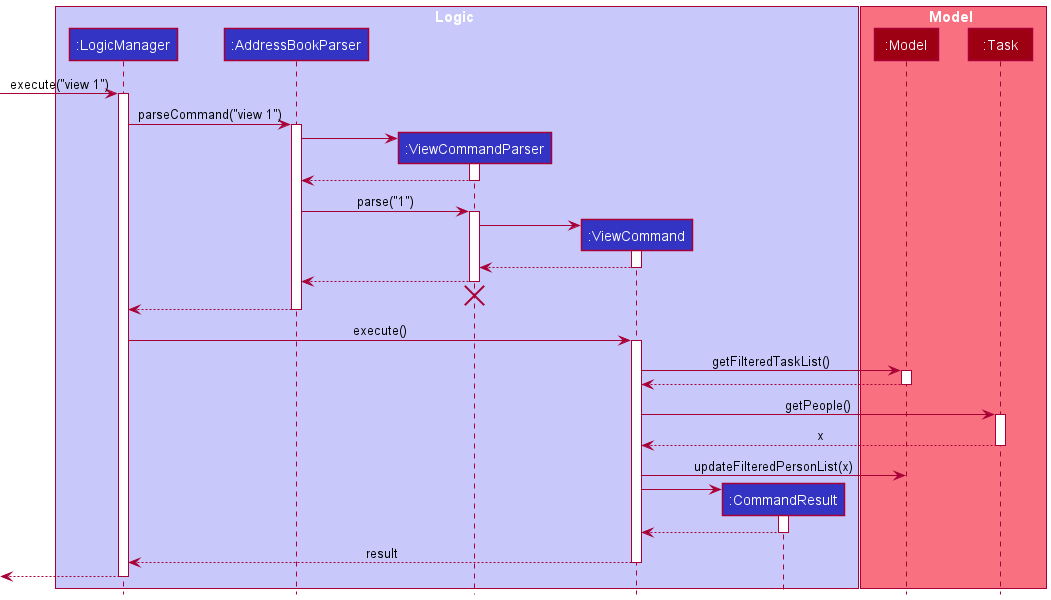
The PlantUML diagram docs/images/ViewSequenceDiagram.png in snss231/tp, before a commit.
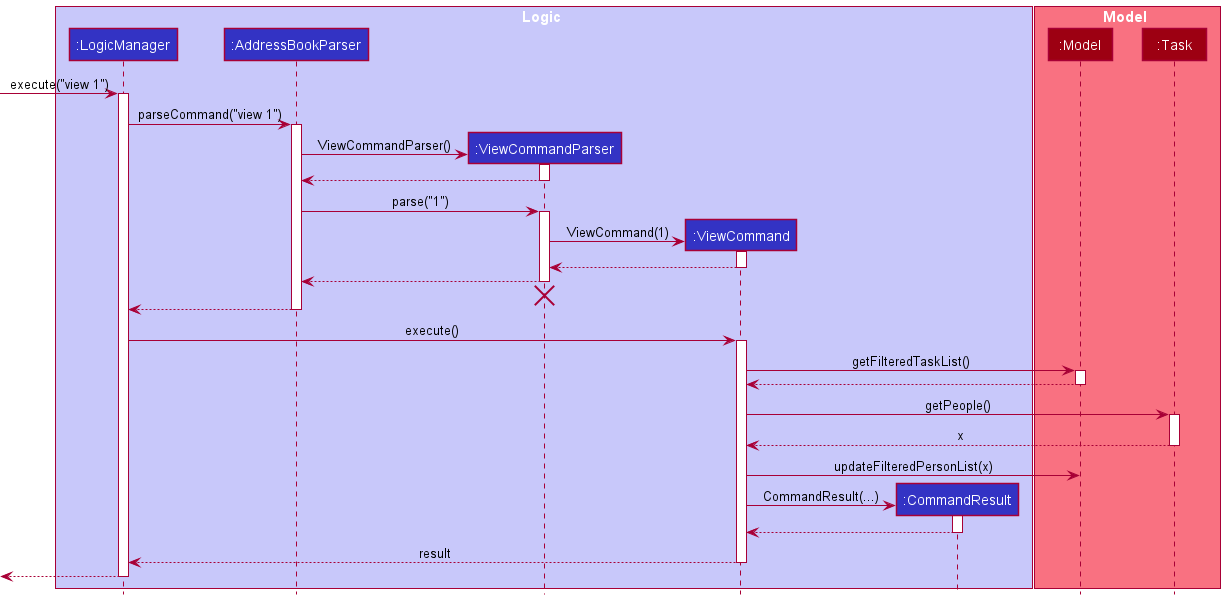
Later version of the same file.

Diff of the diagram source:
```diff
@@ -22,7 +22,7 @@
 activate AddressBookParser
 
 create ViewCommandParser
-AddressBookParser -> ViewCommandParser
+AddressBookParser -> ViewCommandParser : ViewCommandParser()
 activate ViewCommandParser
 
 ViewCommandParser --> AddressBookParser
@@ -32,7 +32,7 @@
 activate ViewCommandParser
 
 create ViewCommand
-ViewCommandParser -> ViewCommand
+ViewCommandParser -> ViewCommand : ViewCommand(1)
 activate ViewCommand
 
 ViewCommand --> ViewCommandParser
@@ -64,7 +64,7 @@
 ViewCommand -> Model : updateFilteredPersonList(x)
 
 create CommandResult
-ViewCommand -> CommandResult
+ViewCommand -> CommandResult : CommandResult(...)
 activate CommandResult
 
 CommandResult --> ViewCommand
```
